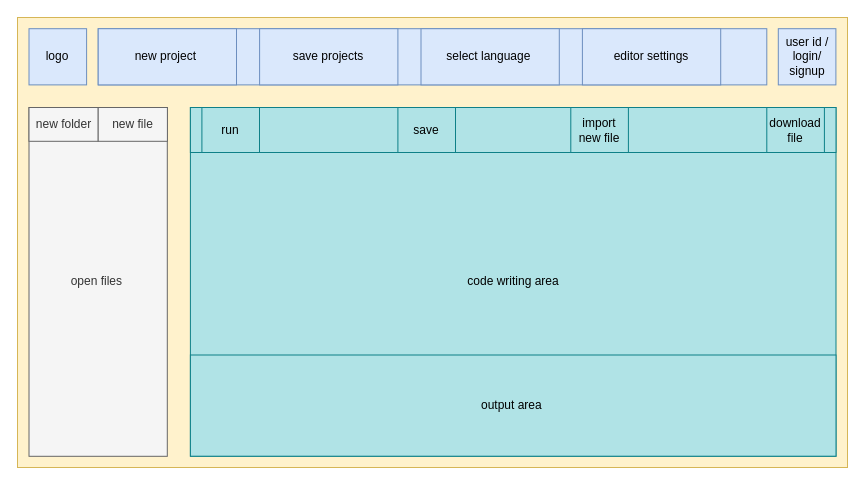
Above: Frontend/test.drawio in rashid8532/final-project-folder (draw.io), before the change. Source tidied: cells renumbered, new cells numbered last; positions are measured from the earlier drawing's top-left corner, leaving out a move shared by most shapes. Both pictures are drawn from the tidied source at 100%, with x=0, y=0 at pixel (17, 17).
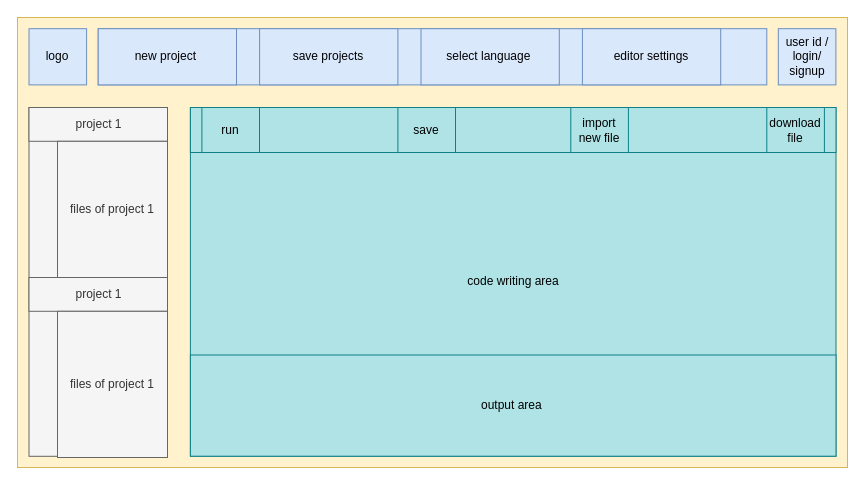
Above is the later version.

The change refers to these unchanged cells:
```xml
<mxCell id="2" style="group;" parent="1" vertex="1">
  <mxGeometry width="830" height="450" as="geometry" />
</mxCell>
```

Change to the diagram source:
```diff
@@
-    <mxCell id="19" value="new folder" style="rounded=0;whiteSpace=wrap;html=1;fillColor=#f5f5f5;strokeColor=#666666;fontColor=#333333;" parent="2" vertex="1">
-      <mxGeometry x="11.5" y="90" width="69.2" height="33.8" as="geometry" />
+    <mxCell id="19" value="project 1" style="rounded=0;whiteSpace=wrap;html=1;fillColor=#f5f5f5;strokeColor=#666666;fontColor=#333333;" parent="2" vertex="1">
+      <mxGeometry x="11.5" y="90" width="138.5" height="33.8" as="geometry" />
     </mxCell>
-    <mxCell id="20" value="new file" style="rounded=0;whiteSpace=wrap;html=1;fillColor=#f5f5f5;strokeColor=#666666;fontColor=#333333;" parent="2" vertex="1">
-      <mxGeometry x="80.7" y="90" width="69.2" height="33.8" as="geometry" />
+    <mxCell id="20" value="files of project 1" style="rounded=0;whiteSpace=wrap;html=1;fillColor=#f5f5f5;strokeColor=#666666;fontColor=#333333;" parent="2" vertex="1">
+      <mxGeometry x="40" y="123.8" width="110" height="136.2" as="geometry" />
     </mxCell>
+    <mxCell id="21" value="project 1" style="rounded=0;whiteSpace=wrap;html=1;fillColor=#f5f5f5;strokeColor=#666666;fontColor=#333333;" parent="2" vertex="1">
+      <mxGeometry x="11.5" y="260" width="138.5" height="33.8" as="geometry" />
+    </mxCell>
+    <mxCell id="22" value="files of project 1" style="rounded=0;whiteSpace=wrap;html=1;fillColor=#f5f5f5;strokeColor=#666666;fontColor=#333333;" parent="2" vertex="1">
+      <mxGeometry x="40" y="293.8" width="110" height="146.2" as="geometry" />
+    </mxCell>
```
